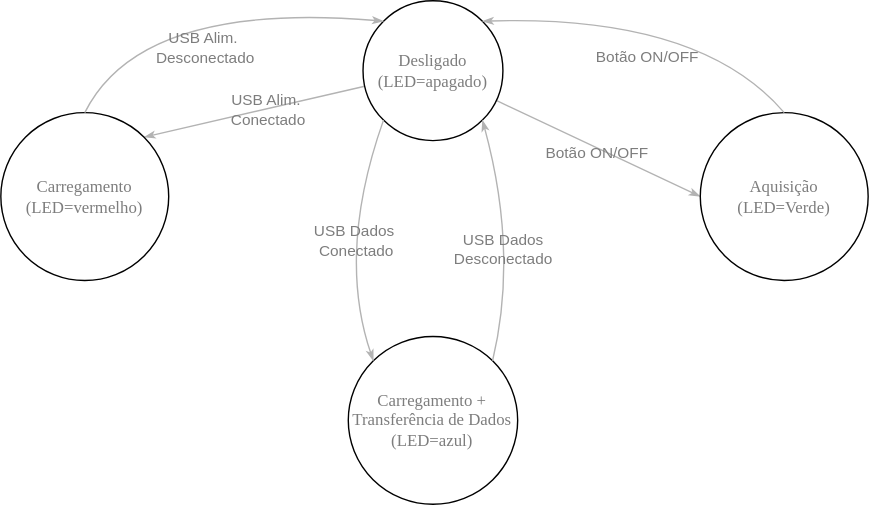
The draw.io diagram projetos/tennistracker/diagrama.svg in teaching-FEEC/ea075-2024.1, before a commit. Source tidied: cells renumbered, new cells last; positions are measured from the earlier drawing's top-left corner, leaving out a move shared by most shapes.
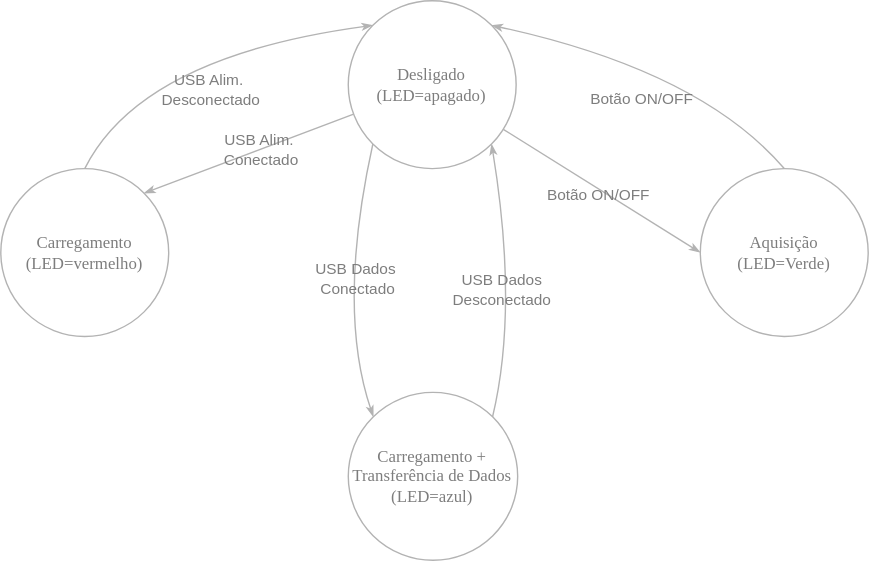
The same diagram one commit later.

What changed in the source:
```diff
@@ -16,16 +16,16 @@
         <mxPoint x="-1" as="offset" />
       </mxGeometry>
     </mxCell>
-    <mxCell id="6" value="&lt;font color=&quot;#7d7d7d&quot;&gt;Desligado&lt;/font&gt;&lt;div&gt;&lt;font color=&quot;#7d7d7d&quot;&gt;(LED=apagado)&lt;/font&gt;&lt;/div&gt;" style="ellipse;whiteSpace=wrap;html=1;rounded=0;shadow=0;comic=0;labelBackgroundColor=none;strokeWidth=1;fontFamily=Verdana;fontSize=12;align=center;fillColor=none;verticalAlign=middle;rotation=0;" parent="1" vertex="1">
-      <mxGeometry x="258.9" width="100" height="100" as="geometry" />
+    <mxCell id="6" value="&lt;font color=&quot;#7d7d7d&quot;&gt;Desligado&lt;/font&gt;&lt;div&gt;&lt;font color=&quot;#7d7d7d&quot;&gt;(LED=apagado)&lt;/font&gt;&lt;/div&gt;" style="ellipse;whiteSpace=wrap;html=1;rounded=0;shadow=0;comic=0;labelBackgroundColor=none;strokeWidth=1;fontFamily=Verdana;fontSize=12;align=center;fillColor=none;verticalAlign=middle;rotation=0;strokeColor=#b3b3b3;" parent="1" vertex="1">
+      <mxGeometry x="248.4" y="-40" width="120" height="120" as="geometry" />
     </mxCell>
-    <mxCell id="7" value="&lt;font color=&quot;#7d7d7d&quot;&gt;Aquisição&lt;/font&gt;&lt;div&gt;&lt;font color=&quot;#7d7d7d&quot;&gt;(LED=Verde)&lt;/font&gt;&lt;/div&gt;" style="ellipse;whiteSpace=wrap;html=1;rounded=0;shadow=0;comic=0;labelBackgroundColor=none;strokeWidth=1;fontFamily=Verdana;fontSize=12;align=center;fillColor=none;rotation=0;strokeColor=default;" parent="1" vertex="1">
+    <mxCell id="7" value="&lt;font color=&quot;#7d7d7d&quot;&gt;Aquisição&lt;/font&gt;&lt;div&gt;&lt;font color=&quot;#7d7d7d&quot;&gt;(LED=Verde)&lt;/font&gt;&lt;/div&gt;" style="ellipse;whiteSpace=wrap;html=1;rounded=0;shadow=0;comic=0;labelBackgroundColor=none;strokeWidth=1;fontFamily=Verdana;fontSize=12;align=center;fillColor=none;rotation=0;strokeColor=#b3b3b3;" parent="1" vertex="1">
       <mxGeometry x="500" y="80" width="120" height="120" as="geometry" />
     </mxCell>
-    <mxCell id="8" value="&lt;font color=&quot;#7d7d7d&quot;&gt;Carregamento + Transferência de Dados&lt;/font&gt;&lt;div&gt;&lt;font color=&quot;#7d7d7d&quot;&gt;(LED=azul)&lt;/font&gt;&lt;/div&gt;" style="ellipse;whiteSpace=wrap;html=1;rounded=0;shadow=0;comic=0;labelBackgroundColor=none;strokeWidth=1;fontFamily=Verdana;fontSize=12;align=center;fillColor=none;rotation=0;" parent="1" vertex="1">
+    <mxCell id="8" value="&lt;font color=&quot;#7d7d7d&quot;&gt;Carregamento + Transferência de Dados&lt;/font&gt;&lt;div&gt;&lt;font color=&quot;#7d7d7d&quot;&gt;(LED=azul)&lt;/font&gt;&lt;/div&gt;" style="ellipse;whiteSpace=wrap;html=1;rounded=0;shadow=0;comic=0;labelBackgroundColor=none;strokeWidth=1;fontFamily=Verdana;fontSize=12;align=center;fillColor=none;rotation=0;strokeColor=#b3b3b3;" parent="1" vertex="1">
       <mxGeometry x="248.4" y="240" width="121.1" height="120" as="geometry" />
     </mxCell>
-    <mxCell id="9" value="&lt;span&gt;&lt;font color=&quot;#7d7d7d&quot;&gt;Carregamento&lt;/font&gt;&lt;/span&gt;&lt;div&gt;&lt;span&gt;&lt;font color=&quot;#7d7d7d&quot;&gt;(LED=vermelho)&lt;/font&gt;&lt;/span&gt;&lt;/div&gt;" style="ellipse;whiteSpace=wrap;html=1;rounded=0;shadow=0;comic=0;labelBackgroundColor=none;strokeWidth=1;fontFamily=Verdana;fontSize=12;align=center;fillColor=none;rotation=0;" parent="1" vertex="1">
+    <mxCell id="9" value="&lt;span&gt;&lt;font color=&quot;#7d7d7d&quot;&gt;Carregamento&lt;/font&gt;&lt;/span&gt;&lt;div&gt;&lt;span&gt;&lt;font color=&quot;#7d7d7d&quot;&gt;(LED=vermelho)&lt;/font&gt;&lt;/span&gt;&lt;/div&gt;" style="ellipse;whiteSpace=wrap;html=1;rounded=0;shadow=0;comic=0;labelBackgroundColor=none;strokeWidth=1;fontFamily=Verdana;fontSize=12;align=center;fillColor=none;rotation=0;strokeColor=#b3b3b3;" parent="1" vertex="1">
       <mxGeometry y="80" width="120" height="120" as="geometry" />
     </mxCell>
     <mxCell id="10" style="edgeStyle=none;rounded=0;html=1;labelBackgroundColor=none;startArrow=none;startFill=0;startSize=5;endArrow=classicThin;endFill=1;endSize=5;jettySize=auto;strokeColor=#B3B3B3;strokeWidth=1;fontFamily=Verdana;fontSize=12;entryX=1;entryY=0;entryDx=0;entryDy=0;exitX=0.5;exitY=0;exitDx=0;exitDy=0;curved=1;" parent="1" edge="1" source="7" target="6">
```
